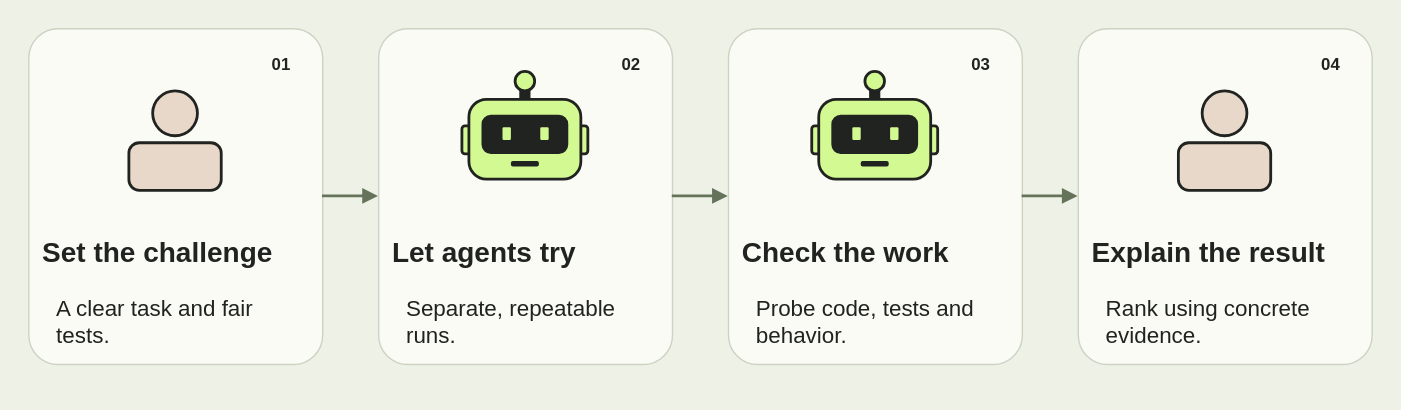
youngfreezy/youngfreezy.github.io keeps this draw.io diagram as images/agents/handshake.svg. Above is the earlier version. Source tidied: cells renumbered, new cells last; positions are measured from the earlier drawing's top-left corner, leaving out a move shared by most shapes.
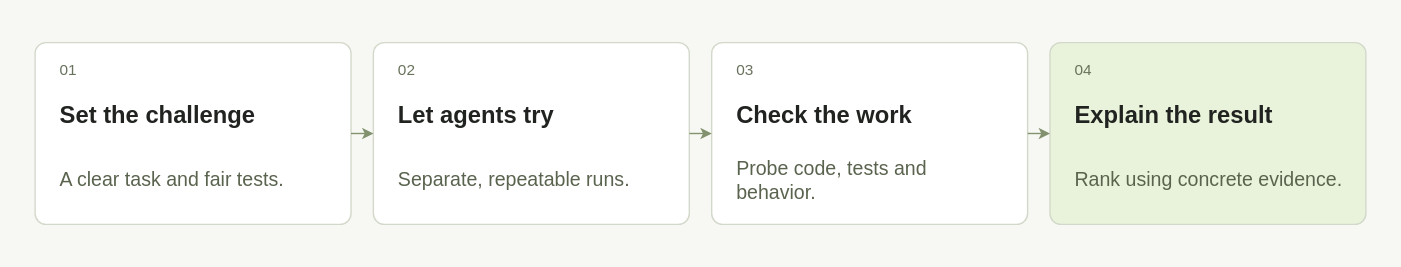
After the commit.

The edit, as a diff of the source:
```diff
@@ -1,132 +1,66 @@
-<mxGraphModel background="#eef1e6">
+<mxGraphModel background="#f7f8f4">
   <root>
     <mxCell id="0" />
     <mxCell id="1" parent="0" />
-    <mxCell id="2" style="fillColor=#eef1e6;strokeColor=none;html=1;fontFamily=Helvetica;fontColor=#20231f;" parent="1" vertex="1">
-      <mxGeometry width="1000" height="292" as="geometry" />
-    </mxCell>
-    <mxCell id="3" style="rounded=1;arcSize=10;fillColor=#fafbf5;strokeColor=#cdd3c3;strokeWidth=1;html=1;fontFamily=Helvetica;fontColor=#20231f;" parent="1" vertex="1">
-      <mxGeometry x="20" y="20" width="210" height="240" as="geometry" />
-    </mxCell>
-    <mxCell id="4" style="ellipse;fillColor=#e8d8c9;strokeColor=#20231f;strokeWidth=2;html=1;fontFamily=Helvetica;fontColor=#20231f;" parent="3" vertex="1">
-      <mxGeometry x="89" y="45" width="32" height="32" as="geometry" />
-    </mxCell>
-    <mxCell id="5" style="rounded=1;arcSize=22;strokeWidth=2;strokeColor=#20231f;fillColor=#e8d8c9;html=1;fontFamily=Helvetica;fontColor=#20231f;" parent="3" vertex="1">
-      <mxGeometry x="72" y="82" width="66" height="34" as="geometry" />
-    </mxCell>
+    <mxCell id="44" style="html=1;fontFamily=Helvetica;fillColor=#f7f8f4;strokeColor=none;" parent="1" vertex="1">
+      <mxGeometry width="1000" height="190" as="geometry" />
+    </mxCell>
+    <mxCell id="45" style="html=1;fontFamily=Helvetica;rounded=1;arcSize=6;fillColor=#ffffff;strokeColor=#d3d9ca;" parent="44" vertex="1">
+      <mxGeometry x="24" y="30" width="226" height="130" as="geometry" />
+    </mxCell>
-    <mxCell id="6" value="01" style="text;strokeColor=none;fillColor=none;fontSize=12;fontStyle=1;html=1;fontFamily=Helvetica;fontColor=#20231f;" parent="3" vertex="1">
-      <mxGeometry x="172" y="12" width="24" height="22" as="geometry" />
+    <mxCell id="6" value="01" style="html=1;fontFamily=Helvetica;text;whiteSpace=wrap;align=left;verticalAlign=middle;fillColor=none;strokeColor=none;fontSize=11;fontColor=#68725c;" parent="45" vertex="1">
+      <mxGeometry x="16" y="12" width="194" height="16" as="geometry" />
     </mxCell>
-    <mxCell id="7" value="Set the challenge" style="text;strokeColor=none;fillColor=none;fontSize=20;fontStyle=1;html=1;fontFamily=Helvetica;fontColor=#20231f;" parent="3" vertex="1">
-      <mxGeometry x="8" y="141" width="194" height="36" as="geometry" />
+    <mxCell id="7" value="Set the challenge" style="html=1;fontFamily=Helvetica;text;whiteSpace=wrap;align=left;verticalAlign=middle;fillColor=none;strokeColor=none;fontSize=17;fontColor=#20231f;fontStyle=1;" parent="45" vertex="1">
+      <mxGeometry x="16" y="34" width="194" height="38" as="geometry" />
     </mxCell>
-    <mxCell id="8" value="A clear task and fair tests." style="text;whiteSpace=wrap;strokeColor=none;fillColor=none;fontSize=16;html=1;fontFamily=Helvetica;fontColor=#20231f;" parent="3" vertex="1">
-      <mxGeometry x="18" y="184" width="174" height="40" as="geometry" />
+    <mxCell id="8" value="A clear task and fair tests." style="html=1;fontFamily=Helvetica;text;whiteSpace=wrap;align=left;verticalAlign=middle;fillColor=none;strokeColor=none;fontSize=14;fontColor=#59634e;" parent="45" vertex="1">
+      <mxGeometry x="16" y="80" width="194" height="36" as="geometry" />
     </mxCell>
-    <mxCell id="9" style="rounded=1;arcSize=10;fillColor=#fafbf5;strokeColor=#cdd3c3;strokeWidth=1;html=1;fontFamily=Helvetica;fontColor=#20231f;" parent="1" vertex="1">
-      <mxGeometry x="270" y="20" width="210" height="240" as="geometry" />
-    </mxCell>
-    <mxCell id="10" style="rounded=1;arcSize=22;strokeWidth=2;strokeColor=#20231f;fillColor=#20231f;html=1;fontFamily=Helvetica;fontColor=#20231f;" parent="9" vertex="1">
-      <mxGeometry x="102" y="38" width="6" height="14" as="geometry" />
-    </mxCell>
-    <mxCell id="11" style="ellipse;fillColor=#d3f993;strokeColor=#20231f;strokeWidth=2;html=1;fontFamily=Helvetica;fontColor=#20231f;" parent="9" vertex="1">
-      <mxGeometry x="98" y="31" width="14" height="14" as="geometry" />
-    </mxCell>
-    <mxCell id="12" style="rounded=1;arcSize=22;strokeWidth=2;strokeColor=#20231f;fillColor=#d3f993;html=1;fontFamily=Helvetica;fontColor=#20231f;" parent="9" vertex="1">
-      <mxGeometry x="60" y="70" width="10" height="20" as="geometry" />
-    </mxCell>
-    <mxCell id="13" style="rounded=1;arcSize=22;strokeWidth=2;strokeColor=#20231f;fillColor=#d3f993;html=1;fontFamily=Helvetica;fontColor=#20231f;" parent="9" vertex="1">
-      <mxGeometry x="140" y="70" width="10" height="20" as="geometry" />
-    </mxCell>
-    <mxCell id="14" style="rounded=1;arcSize=22;strokeWidth=2;strokeColor=#20231f;fillColor=#d3f993;html=1;fontFamily=Helvetica;fontColor=#20231f;" parent="9" vertex="1">
-      <mxGeometry x="65" y="51" width="80" height="57" as="geometry" />
-    </mxCell>
-    <mxCell id="15" style="rounded=1;arcSize=22;strokeWidth=2;strokeColor=#20231f;fillColor=#20231f;html=1;fontFamily=Helvetica;fontColor=#20231f;" parent="9" vertex="1">
-      <mxGeometry x="75" y="63" width="60" height="26" as="geometry" />
-    </mxCell>
-    <mxCell id="16" style="rounded=1;fillColor=#d3f993;strokeColor=none;html=1;fontFamily=Helvetica;fontColor=#20231f;" parent="9" vertex="1">
-      <mxGeometry x="89" y="71" width="6" height="9" as="geometry" />
-    </mxCell>
-    <mxCell id="17" style="rounded=1;fillColor=#d3f993;strokeColor=none;html=1;fontFamily=Helvetica;fontColor=#20231f;" parent="9" vertex="1">
-      <mxGeometry x="116" y="71" width="6" height="9" as="geometry" />
-    </mxCell>
-    <mxCell id="18" style="rounded=1;arcSize=22;strokeWidth=2;strokeColor=#20231f;fillColor=#20231f;html=1;fontFamily=Helvetica;fontColor=#20231f;" parent="9" vertex="1">
-      <mxGeometry x="96" y="96" width="18" height="2" as="geometry" />
-    </mxCell>
+    <mxCell id="46" style="html=1;fontFamily=Helvetica;rounded=1;arcSize=6;fillColor=#ffffff;strokeColor=#d3d9ca;" parent="44" vertex="1">
+      <mxGeometry x="266" y="30" width="226" height="130" as="geometry" />
+    </mxCell>
-    <mxCell id="19" value="02" style="text;strokeColor=none;fillColor=none;fontSize=12;fontStyle=1;html=1;fontFamily=Helvetica;fontColor=#20231f;" parent="9" vertex="1">
-      <mxGeometry x="172" y="12" width="24" height="22" as="geometry" />
+    <mxCell id="19" value="02" style="html=1;fontFamily=Helvetica;text;whiteSpace=wrap;align=left;verticalAlign=middle;fillColor=none;strokeColor=none;fontSize=11;fontColor=#68725c;" parent="46" vertex="1">
+      <mxGeometry x="16" y="12" width="194" height="16" as="geometry" />
     </mxCell>
-    <mxCell id="20" value="Let agents try" style="text;strokeColor=none;fillColor=none;fontSize=20;fontStyle=1;html=1;fontFamily=Helvetica;fontColor=#20231f;" parent="9" vertex="1">
-      <mxGeometry x="8" y="141" width="194" height="36" as="geometry" />
+    <mxCell id="20" value="Let agents try" style="html=1;fontFamily=Helvetica;text;whiteSpace=wrap;align=left;verticalAlign=middle;fillColor=none;strokeColor=none;fontSize=17;fontColor=#20231f;fontStyle=1;" parent="46" vertex="1">
+      <mxGeometry x="16" y="34" width="194" height="38" as="geometry" />
     </mxCell>
-    <mxCell id="21" value="Separate, repeatable runs." style="text;whiteSpace=wrap;strokeColor=none;fillColor=none;fontSize=16;html=1;fontFamily=Helvetica;fontColor=#20231f;" parent="9" vertex="1">
-      <mxGeometry x="18" y="184" width="174" height="40" as="geometry" />
+    <mxCell id="21" value="Separate, repeatable runs." style="html=1;fontFamily=Helvetica;text;whiteSpace=wrap;align=left;verticalAlign=middle;fillColor=none;strokeColor=none;fontSize=14;fontColor=#59634e;" parent="46" vertex="1">
+      <mxGeometry x="16" y="80" width="194" height="36" as="geometry" />
     </mxCell>
-    <mxCell id="22" style="rounded=1;arcSize=10;fillColor=#fafbf5;strokeColor=#cdd3c3;strokeWidth=1;html=1;fontFamily=Helvetica;fontColor=#20231f;" parent="1" vertex="1">
-      <mxGeometry x="520" y="20" width="210" height="240" as="geometry" />
-    </mxCell>
-    <mxCell id="23" style="rounded=1;arcSize=22;strokeWidth=2;strokeColor=#20231f;fillColor=#20231f;html=1;fontFamily=Helvetica;fontColor=#20231f;" parent="22" vertex="1">
-      <mxGeometry x="102" y="38" width="6" height="14" as="geometry" />
-    </mxCell>
-    <mxCell id="24" style="ellipse;fillColor=#d3f993;strokeColor=#20231f;strokeWidth=2;html=1;fontFamily=Helvetica;fontColor=#20231f;" parent="22" vertex="1">
-      <mxGeometry x="98" y="31" width="14" height="14" as="geometry" />
-    </mxCell>
-    <mxCell id="25" style="rounded=1;arcSize=22;strokeWidth=2;strokeColor=#20231f;fillColor=#d3f993;html=1;fontFamily=Helvetica;fontColor=#20231f;" parent="22" vertex="1">
-      <mxGeometry x="60" y="70" width="10" height="20" as="geometry" />
-    </mxCell>
-    <mxCell id="26" style="rounded=1;arcSize=22;strokeWidth=2;strokeColor=#20231f;fillColor=#d3f993;html=1;fontFamily=Helvetica;fontColor=#20231f;" parent="22" vertex="1">
-      <mxGeometry x="140" y="70" width="10" height="20" as="geometry" />
-    </mxCell>
-    <mxCell id="27" style="rounded=1;arcSize=22;strokeWidth=2;strokeColor=#20231f;fillColor=#d3f993;html=1;fontFamily=Helvetica;fontColor=#20231f;" parent="22" vertex="1">
-      <mxGeometry x="65" y="51" width="80" height="57" as="geometry" />
-    </mxCell>
-    <mxCell id="28" style="rounded=1;arcSize=22;strokeWidth=2;strokeColor=#20231f;fillColor=#20231f;html=1;fontFamily=Helvetica;fontColor=#20231f;" parent="22" vertex="1">
-      <mxGeometry x="75" y="63" width="60" height="26" as="geometry" />
-    </mxCell>
-    <mxCell id="29" style="rounded=1;fillColor=#d3f993;strokeColor=none;html=1;fontFamily=Helvetica;fontColor=#20231f;" parent="22" vertex="1">
-      <mxGeometry x="89" y="71" width="6" height="9" as="geometry" />
-    </mxCell>
-    <mxCell id="30" style="rounded=1;fillColor=#d3f993;strokeColor=none;html=1;fontFamily=Helvetica;fontColor=#20231f;" parent="22" vertex="1">
-      <mxGeometry x="116" y="71" width="6" height="9" as="geometry" />
-    </mxCell>
-    <mxCell id="31" style="rounded=1;arcSize=22;strokeWidth=2;strokeColor=#20231f;fillColor=#20231f;html=1;fontFamily=Helvetica;fontColor=#20231f;" parent="22" vertex="1">
-      <mxGeometry x="96" y="96" width="18" height="2" as="geometry" />
-    </mxCell>
+    <mxCell id="47" style="edgeStyle=orthogonalEdgeStyle;rounded=1;jettySize=auto;strokeColor=#82916e;strokeWidth=1;endArrow=classic;endSize=5;exitX=1;exitY=.5;entryX=0;entryY=.5;" parent="44" edge="1" source="45" target="46">
+      <mxGeometry relative="1" as="geometry" />
+    </mxCell>
+    <mxCell id="48" style="html=1;fontFamily=Helvetica;rounded=1;arcSize=6;fillColor=#ffffff;strokeColor=#d3d9ca;" parent="44" vertex="1">
+      <mxGeometry x="508" y="30" width="226" height="130" as="geometry" />
+    </mxCell>
-    <mxCell id="32" value="03" style="text;strokeColor=none;fillColor=none;fontSize=12;fontStyle=1;html=1;fontFamily=Helvetica;fontColor=#20231f;" parent="22" vertex="1">
-      <mxGeometry x="172" y="12" width="24" height="22" as="geometry" />
+    <mxCell id="32" value="03" style="html=1;fontFamily=Helvetica;text;whiteSpace=wrap;align=left;verticalAlign=middle;fillColor=none;strokeColor=none;fontSize=11;fontColor=#68725c;" parent="48" vertex="1">
+      <mxGeometry x="16" y="12" width="194" height="16" as="geometry" />
     </mxCell>
-    <mxCell id="33" value="Check the work" style="text;strokeColor=none;fillColor=none;fontSize=20;fontStyle=1;html=1;fontFamily=Helvetica;fontColor=#20231f;" parent="22" vertex="1">
-      <mxGeometry x="8" y="141" width="194" height="36" as="geometry" />
+    <mxCell id="33" value="Check the work" style="html=1;fontFamily=Helvetica;text;whiteSpace=wrap;align=left;verticalAlign=middle;fillColor=none;strokeColor=none;fontSize=17;fontColor=#20231f;fontStyle=1;" parent="48" vertex="1">
+      <mxGeometry x="16" y="34" width="194" height="38" as="geometry" />
     </mxCell>
-    <mxCell id="34" value="Probe code, tests and behavior." style="text;whiteSpace=wrap;strokeColor=none;fillColor=none;fontSize=16;html=1;fontFamily=Helvetica;fontColor=#20231f;" parent="22" vertex="1">
-      <mxGeometry x="18" y="184" width="174" height="40" as="geometry" />
+    <mxCell id="34" value="Probe code, tests and behavior." style="html=1;fontFamily=Helvetica;text;whiteSpace=wrap;align=left;verticalAlign=middle;fillColor=none;strokeColor=none;fontSize=14;fontColor=#59634e;" parent="48" vertex="1">
+      <mxGeometry x="16" y="80" width="194" height="36" as="geometry" />
     </mxCell>
-    <mxCell id="35" style="rounded=1;arcSize=10;fillColor=#fafbf5;strokeColor=#cdd3c3;strokeWidth=1;html=1;fontFamily=Helvetica;fontColor=#20231f;" parent="1" vertex="1">
-      <mxGeometry x="770" y="20" width="210" height="240" as="geometry" />
-    </mxCell>
-    <mxCell id="36" style="ellipse;fillColor=#e8d8c9;strokeColor=#20231f;strokeWidth=2;html=1;fontFamily=Helvetica;fontColor=#20231f;" parent="35" vertex="1">
-      <mxGeometry x="89" y="45" width="32" height="32" as="geometry" />
-    </mxCell>
-    <mxCell id="37" style="rounded=1;arcSize=22;strokeWidth=2;strokeColor=#20231f;fillColor=#e8d8c9;html=1;fontFamily=Helvetica;fontColor=#20231f;" parent="35" vertex="1">
-      <mxGeometry x="72" y="82" width="66" height="34" as="geometry" />
-    </mxCell>
+    <mxCell id="49" style="edgeStyle=orthogonalEdgeStyle;rounded=1;jettySize=auto;strokeColor=#82916e;strokeWidth=1;endArrow=classic;endSize=5;exitX=1;exitY=.5;entryX=0;entryY=.5;" parent="44" edge="1" source="46" target="48">
+      <mxGeometry relative="1" as="geometry" />
+    </mxCell>
+    <mxCell id="50" style="html=1;fontFamily=Helvetica;rounded=1;arcSize=6;fillColor=#e9f3db;strokeColor=#d3d9ca;" parent="44" vertex="1">
+      <mxGeometry x="750" y="30" width="226" height="130" as="geometry" />
+    </mxCell>
-    <mxCell id="38" value="04" style="text;strokeColor=none;fillColor=none;fontSize=12;fontStyle=1;html=1;fontFamily=Helvetica;fontColor=#20231f;" parent="35" vertex="1">
-      <mxGeometry x="172" y="12" width="24" height="22" as="geometry" />
+    <mxCell id="38" value="04" style="html=1;fontFamily=Helvetica;text;whiteSpace=wrap;align=left;verticalAlign=middle;fillColor=none;strokeColor=none;fontSize=11;fontColor=#68725c;" parent="50" vertex="1">
+      <mxGeometry x="16" y="12" width="194" height="16" as="geometry" />
     </mxCell>
-    <mxCell id="39" value="Explain the result" style="text;strokeColor=none;fillColor=none;fontSize=20;fontStyle=1;html=1;fontFamily=Helvetica;fontColor=#20231f;" parent="35" vertex="1">
-      <mxGeometry x="8" y="141" width="194" height="36" as="geometry" />
+    <mxCell id="39" value="Explain the result" style="html=1;fontFamily=Helvetica;text;whiteSpace=wrap;align=left;verticalAlign=middle;fillColor=none;strokeColor=none;fontSize=17;fontColor=#20231f;fontStyle=1;" parent="50" vertex="1">
+      <mxGeometry x="16" y="34" width="194" height="38" as="geometry" />
     </mxCell>
-    <mxCell id="40" value="Rank using concrete evidence." style="text;whiteSpace=wrap;strokeColor=none;fillColor=none;fontSize=16;html=1;fontFamily=Helvetica;fontColor=#20231f;" parent="35" vertex="1">
-      <mxGeometry x="18" y="184" width="174" height="40" as="geometry" />
+    <mxCell id="40" value="Rank using concrete evidence." style="html=1;fontFamily=Helvetica;text;whiteSpace=wrap;align=left;verticalAlign=middle;fillColor=none;strokeColor=none;fontSize=14;fontColor=#59634e;" parent="50" vertex="1">
+      <mxGeometry x="16" y="80" width="194" height="36" as="geometry" />
     </mxCell>
-    <mxCell id="41" style="edgeStyle=orthogonalEdgeStyle;rounded=1;jettySize=auto;strokeColor=#66735b;strokeWidth=2;endArrow=block;endFill=1;exitX=1;exitY=0.5;entryX=0;entryY=0.5;" parent="1" edge="1" source="3" target="9">
-      <mxGeometry relative="1" as="geometry" />
-    </mxCell>
-    <mxCell id="42" style="edgeStyle=orthogonalEdgeStyle;rounded=1;jettySize=auto;strokeColor=#66735b;strokeWidth=2;endArrow=block;endFill=1;exitX=1;exitY=0.5;entryX=0;entryY=0.5;" parent="1" edge="1" source="9" target="22">
-      <mxGeometry relative="1" as="geometry" />
-    </mxCell>
-    <mxCell id="43" style="edgeStyle=orthogonalEdgeStyle;rounded=1;jettySize=auto;strokeColor=#66735b;strokeWidth=2;endArrow=block;endFill=1;exitX=1;exitY=0.5;entryX=0;entryY=0.5;" parent="1" edge="1" source="22" target="35">
-      <mxGeometry relative="1" as="geometry" />
-    </mxCell>
+    <mxCell id="51" style="edgeStyle=orthogonalEdgeStyle;rounded=1;jettySize=auto;strokeColor=#82916e;strokeWidth=1;endArrow=classic;endSize=5;exitX=1;exitY=.5;entryX=0;entryY=.5;" parent="44" edge="1" source="48" target="50">
+      <mxGeometry relative="1" as="geometry" />
+    </mxCell>
   </root>
 </mxGraphModel>
```
